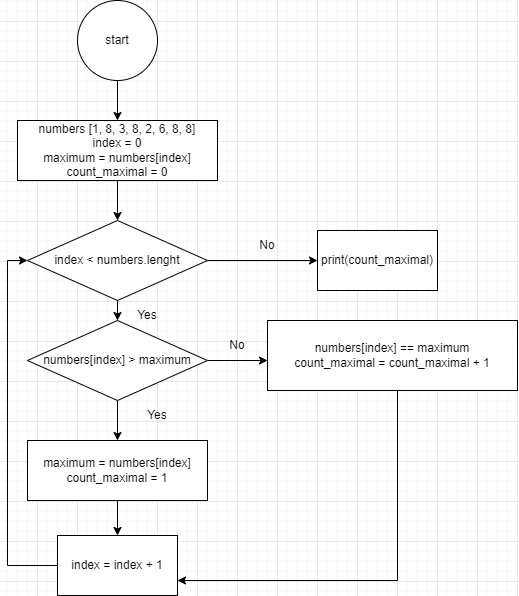
captaingitt/dz3 keeps this draw.io diagram as dz3_2.drawio.png. Above is the earlier version. Source tidied: cells renumbered, new cells last; positions are measured from the earlier drawing's top-left corner, leaving out a move shared by most shapes.
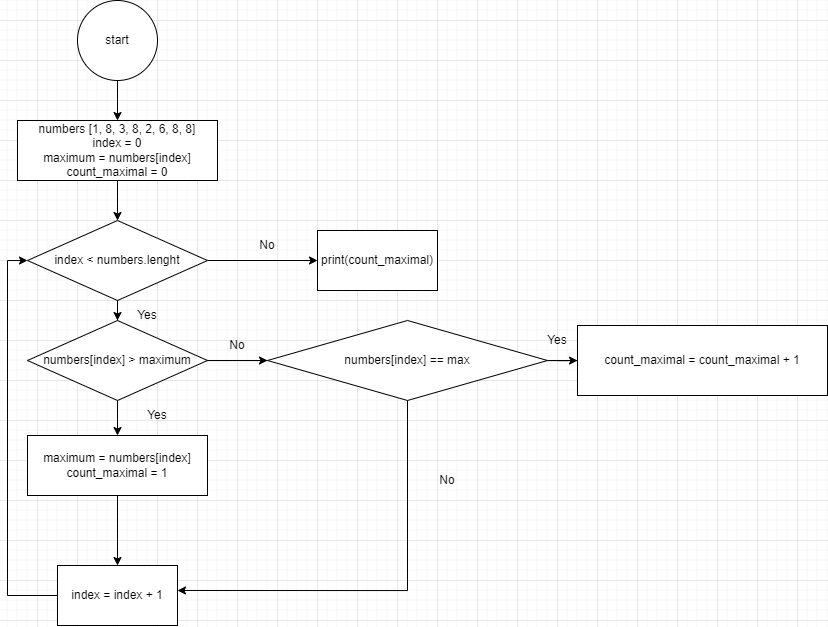
The same file after the commit.

What changed in the source:
```diff
@@ -23,7 +23,7 @@
     <mxCell id="8" value="index &amp;lt; numbers.lenght" style="rhombus;whiteSpace=wrap;html=1;" parent="1" vertex="1">
       <mxGeometry x="20" y="220" width="180" height="80" as="geometry" />
     </mxCell>
-    <mxCell id="9" style="edgeStyle=orthogonalEdgeStyle;rounded=0;jettySize=auto;html=1;" parent="1" edge="1" source="11" target="13">
+    <mxCell id="9" style="edgeStyle=orthogonalEdgeStyle;rounded=0;jettySize=auto;html=1;startArrow=none;" parent="1" edge="1" source="26" target="13">
       <mxGeometry relative="1" as="geometry" />
     </mxCell>
     <mxCell id="10" style="edgeStyle=orthogonalEdgeStyle;rounded=0;jettySize=auto;html=1;" parent="1" edge="1" source="11">
@@ -38,31 +38,33 @@
       <mxGeometry relative="1" as="geometry" />
     </mxCell>
     <mxCell id="13" value="maximum = numbers[index]&lt;br&gt;count_maximal = 1" style="whiteSpace=wrap;html=1;" parent="1" vertex="1">
-      <mxGeometry x="20" y="440" width="180" height="60" as="geometry" />
+      <mxGeometry x="20" y="435" width="180" height="60" as="geometry" />
     </mxCell>
     <mxCell id="14" style="edgeStyle=orthogonalEdgeStyle;rounded=0;jettySize=auto;html=1;entryX=0;entryY=0.5;entryDx=0;entryDy=0;" parent="1" edge="1" source="15" target="8">
       <mxGeometry relative="1" as="geometry">
         <Array as="points">
-          <mxPoint y="565" />
+          <mxPoint y="595" />
           <mxPoint y="260" />
         </Array>
       </mxGeometry>
     </mxCell>
     <mxCell id="15" value="index = index + 1" style="whiteSpace=wrap;html=1;" parent="1" vertex="1">
-      <mxGeometry x="50" y="535" width="120" height="60" as="geometry" />
+      <mxGeometry x="50" y="565" width="120" height="60" as="geometry" />
     </mxCell>
     <mxCell id="16" value="Yes" style="text;html=1;strokeColor=none;fillColor=none;align=center;verticalAlign=middle;whiteSpace=wrap;rounded=0;" parent="1" vertex="1">
       <mxGeometry x="110" y="300" width="60" height="30" as="geometry" />
     </mxCell>
-    <mxCell id="17" style="edgeStyle=orthogonalEdgeStyle;rounded=0;jettySize=auto;html=1;entryX=1;entryY=0.75;entryDx=0;entryDy=0;" parent="1" edge="1" source="18" target="15">
+    <mxCell id="17" style="edgeStyle=orthogonalEdgeStyle;rounded=0;jettySize=auto;html=1;" parent="1" edge="1" source="18">
       <mxGeometry relative="1" as="geometry">
+        <mxPoint x="170" y="590" as="targetPoint" />
         <Array as="points">
-          <mxPoint x="390" y="580" />
+          <mxPoint x="400" y="360" />
+          <mxPoint x="400" y="590" />
         </Array>
       </mxGeometry>
     </mxCell>
-    <mxCell id="18" value="numbers[index] == maximum&lt;br&gt;count_maximal = count_maximal + 1" style="whiteSpace=wrap;html=1;" parent="1" vertex="1">
-      <mxGeometry x="260" y="320" width="250" height="70" as="geometry" />
+    <mxCell id="18" value="count_maximal = count_maximal + 1" style="whiteSpace=wrap;html=1;" parent="1" vertex="1">
+      <mxGeometry x="570" y="325" width="250" height="70" as="geometry" />
     </mxCell>
     <mxCell id="19" value="No" style="text;html=1;strokeColor=none;fillColor=none;align=center;verticalAlign=middle;whiteSpace=wrap;rounded=0;" parent="1" vertex="1">
       <mxGeometry x="230" y="230" width="60" height="30" as="geometry" />
@@ -76,5 +78,20 @@
     <mxCell id="22" value="No" style="text;html=1;strokeColor=none;fillColor=none;align=center;verticalAlign=middle;whiteSpace=wrap;rounded=0;" parent="1" vertex="1">
       <mxGeometry x="200" y="330" width="60" height="30" as="geometry" />
     </mxCell>
+    <mxCell id="23" style="edgeStyle=orthogonalEdgeStyle;rounded=0;jettySize=auto;html=1;" parent="1" edge="1" source="26" target="18">
+      <mxGeometry relative="1" as="geometry" />
+    </mxCell>
+    <mxCell id="24" value="Yes" style="text;html=1;strokeColor=none;fillColor=none;align=center;verticalAlign=middle;whiteSpace=wrap;rounded=0;" parent="1" vertex="1">
+      <mxGeometry x="520" y="325" width="60" height="30" as="geometry" />
+    </mxCell>
+    <mxCell id="25" style="edgeStyle=orthogonalEdgeStyle;rounded=0;jettySize=auto;html=1;endArrow=none;" parent="1" edge="1" source="11" target="26">
+      <mxGeometry relative="1" as="geometry" />
+    </mxCell>
+    <mxCell id="26" value="&lt;font style=&quot;border-color: var(--border-color); vertical-align: inherit;&quot;&gt;numbers[index] == max&lt;/font&gt;&lt;br style=&quot;border-color: var(--border-color);&quot;&gt;" style="rhombus;whiteSpace=wrap;html=1;" parent="1" vertex="1">
+      <mxGeometry x="260" y="320" width="280" height="80" as="geometry" />
+    </mxCell>
+    <mxCell id="27" value="No" style="text;html=1;strokeColor=none;fillColor=none;align=center;verticalAlign=middle;whiteSpace=wrap;rounded=0;" parent="1" vertex="1">
+      <mxGeometry x="410" y="465" width="60" height="30" as="geometry" />
+    </mxCell>
   </root>
 </mxGraphModel>
```
